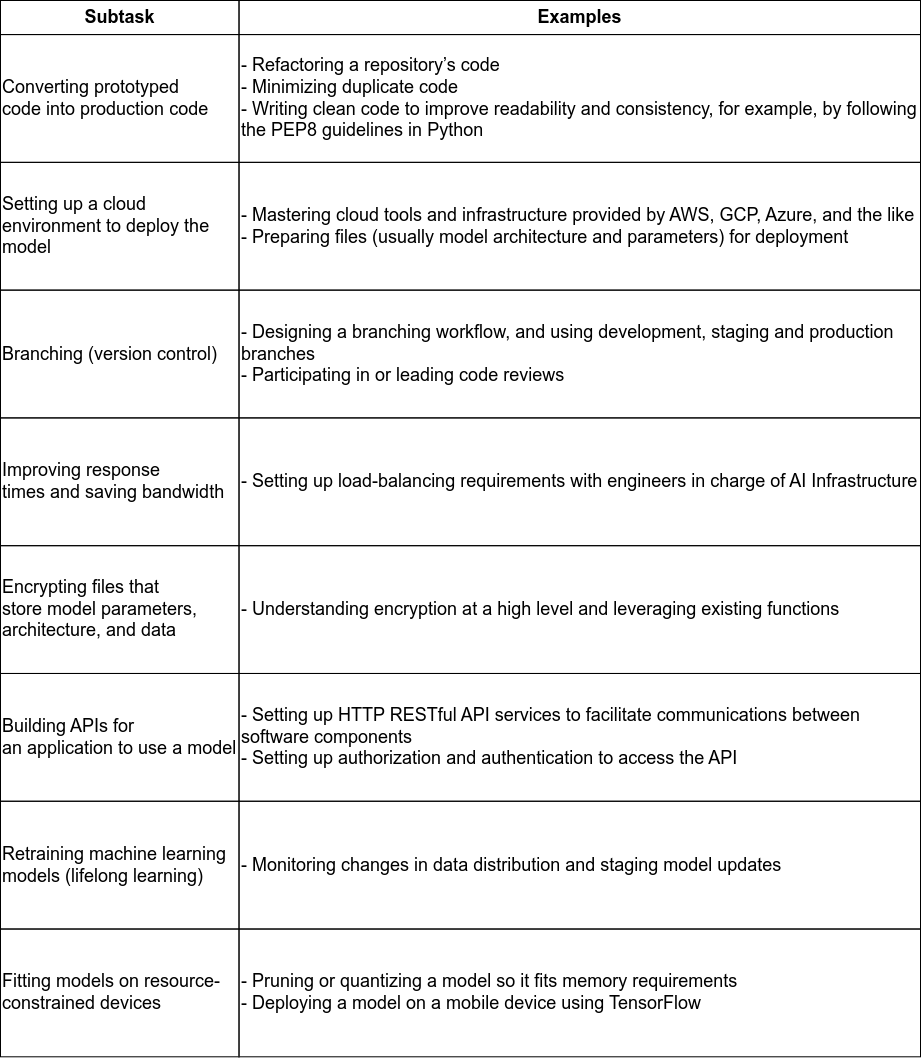
This is diagrams/tasks_deployment.drawio.png from ryndovaira-org/data_science_lectures, a draw.io export, as it was before one commit. Source tidied: cells renumbered, new cells last; positions are measured from the earlier drawing's top-left corner, leaving out a move shared by most shapes.
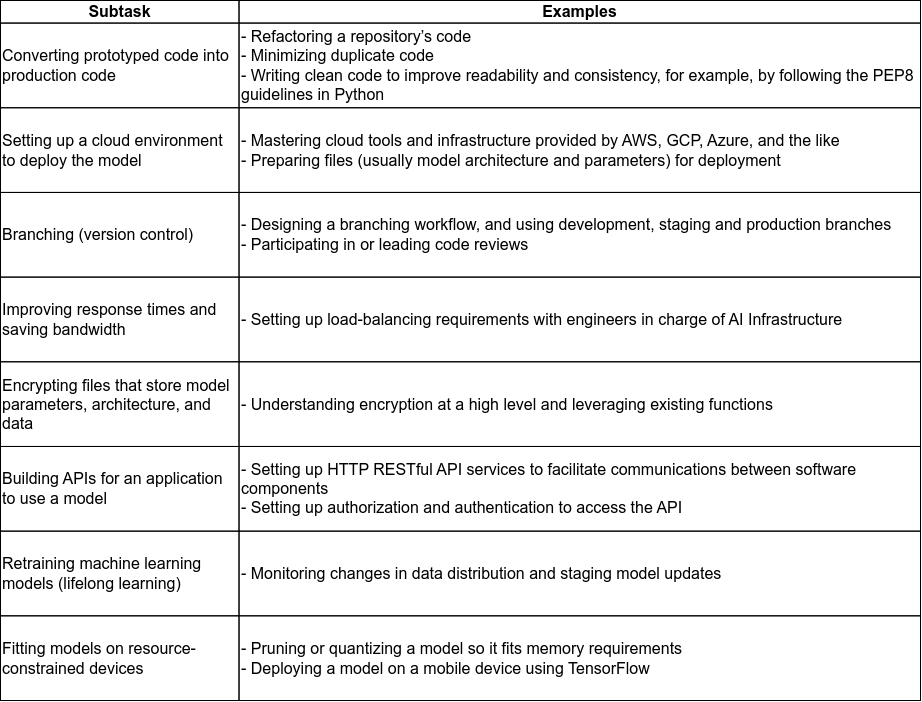
After the change.

Diff of the diagram source:
```diff
@@ -2,62 +2,62 @@
   <root>
     <mxCell id="0" />
     <mxCell id="1" parent="0" />
-    <mxCell id="2" style="group;fontSize=18;" parent="1" vertex="1">
-      <mxGeometry width="920" height="1056.3" as="geometry" />
+    <mxCell id="2" style="group;fontSize=16;" parent="1" vertex="1">
+      <mxGeometry width="920" height="700" as="geometry" />
     </mxCell>
-    <mxCell id="3" value="&lt;font style=&quot;font-size: 18px;&quot;&gt;Subtask&lt;/font&gt;" style="rounded=0;whiteSpace=wrap;html=1;fillColor=none;fontSize=18;fontStyle=1;" parent="2" vertex="1">
-      <mxGeometry width="238.5" height="34.1" as="geometry" />
+    <mxCell id="3" value="&lt;font style=&quot;font-size: 16px;&quot;&gt;Subtask&lt;/font&gt;" style="rounded=0;whiteSpace=wrap;html=1;fillColor=none;fontSize=16;fontStyle=1;" parent="2" vertex="1">
+      <mxGeometry width="238.5" height="22.6" as="geometry" />
     </mxCell>
-    <mxCell id="4" value="&lt;font style=&quot;font-size: 18px;&quot;&gt;Examples&lt;/font&gt;" style="rounded=0;whiteSpace=wrap;html=1;fillColor=none;fontSize=18;fontStyle=1;" parent="2" vertex="1">
-      <mxGeometry x="238.5" width="681.5" height="34.1" as="geometry" />
+    <mxCell id="4" value="&lt;font style=&quot;font-size: 16px;&quot;&gt;Examples&lt;/font&gt;" style="rounded=0;whiteSpace=wrap;html=1;fillColor=none;fontSize=16;fontStyle=1;" parent="2" vertex="1">
+      <mxGeometry x="238.5" width="681.5" height="22.6" as="geometry" />
     </mxCell>
-    <mxCell id="5" value="&lt;div style=&quot;font-size: 18px;&quot;&gt;&lt;div style=&quot;font-size: 18px;&quot;&gt;Converting prototyped code&amp;nbsp;&lt;span style=&quot;background-color: initial; font-size: 18px;&quot;&gt;into production code&lt;/span&gt;&lt;/div&gt;&lt;/div&gt;" style="rounded=0;whiteSpace=wrap;html=1;align=left;fontSize=18;fillColor=none;" parent="2" vertex="1">
-      <mxGeometry y="34.1" width="238.5" height="127.8" as="geometry" />
+    <mxCell id="5" value="&lt;div style=&quot;font-size: 16px;&quot;&gt;&lt;div style=&quot;font-size: 16px;&quot;&gt;Converting prototyped code&amp;nbsp;&lt;span style=&quot;background-color: initial; font-size: 16px;&quot;&gt;into production code&lt;/span&gt;&lt;/div&gt;&lt;/div&gt;" style="rounded=0;whiteSpace=wrap;html=1;align=left;fontSize=16;fillColor=none;" parent="2" vertex="1">
+      <mxGeometry y="22.6" width="238.5" height="84.7" as="geometry" />
     </mxCell>
-    <mxCell id="6" value="- Refactoring a repository’s code&lt;br style=&quot;font-size: 18px;&quot;&gt;- Minimizing duplicate code&lt;br style=&quot;font-size: 18px;&quot;&gt;&lt;div style=&quot;font-size: 18px;&quot;&gt;- Writing clean code to improve readability and consistency, for example,&amp;nbsp;&lt;span style=&quot;background-color: initial; font-size: 18px;&quot;&gt;by following the PEP8 guidelines in Python&lt;/span&gt;&lt;/div&gt;" style="rounded=0;whiteSpace=wrap;html=1;align=left;fontSize=18;fillColor=none;" parent="2" vertex="1">
-      <mxGeometry x="238.5" y="34.1" width="681.5" height="127.8" as="geometry" />
+    <mxCell id="6" value="- Refactoring a repository’s code&lt;br style=&quot;font-size: 16px;&quot;&gt;- Minimizing duplicate code&lt;br style=&quot;font-size: 16px;&quot;&gt;&lt;div style=&quot;font-size: 16px;&quot;&gt;- Writing clean code to improve readability and consistency, for example,&amp;nbsp;&lt;span style=&quot;background-color: initial; font-size: 16px;&quot;&gt;by following the PEP8 guidelines in Python&lt;/span&gt;&lt;/div&gt;" style="rounded=0;whiteSpace=wrap;html=1;align=left;fontSize=16;fillColor=none;" parent="2" vertex="1">
+      <mxGeometry x="238.5" y="22.6" width="681.5" height="84.7" as="geometry" />
     </mxCell>
-    <mxCell id="7" value="&lt;div style=&quot;font-size: 18px;&quot;&gt;&lt;div style=&quot;font-size: 18px;&quot;&gt;Setting up a cloud environ&lt;span style=&quot;background-color: initial; font-size: 18px;&quot;&gt;ment to deploy the model&lt;/span&gt;&lt;/div&gt;&lt;/div&gt;" style="rounded=0;html=1;fontSize=18;align=left;labelBackgroundColor=none;fillColor=none;whiteSpace=wrap;" parent="2" vertex="1">
-      <mxGeometry y="161.9" width="238.5" height="127.8" as="geometry" />
+    <mxCell id="7" value="&lt;div style=&quot;font-size: 16px;&quot;&gt;&lt;div style=&quot;font-size: 16px;&quot;&gt;Setting up a cloud environ&lt;span style=&quot;background-color: initial; font-size: 16px;&quot;&gt;ment to deploy the model&lt;/span&gt;&lt;/div&gt;&lt;/div&gt;" style="rounded=0;html=1;fontSize=16;align=left;labelBackgroundColor=none;fillColor=none;whiteSpace=wrap;" parent="2" vertex="1">
+      <mxGeometry y="107.3" width="238.5" height="84.7" as="geometry" />
     </mxCell>
-    <mxCell id="8" value="&lt;div style=&quot;font-size: 18px;&quot;&gt;- Mastering cloud tools and infrastructure provided by AWS, GCP, Azure,&amp;nbsp;&lt;span style=&quot;background-color: initial; font-size: 18px;&quot;&gt;and the like&lt;/span&gt;&lt;/div&gt;&lt;div style=&quot;font-size: 18px;&quot;&gt;- Preparing files (usually model architecture and parameters) for deployment&lt;/div&gt;" style="rounded=0;html=1;fontSize=18;align=left;labelBackgroundColor=none;fillColor=none;whiteSpace=wrap;" parent="2" vertex="1">
-      <mxGeometry x="238.5" y="161.9" width="681.5" height="127.8" as="geometry" />
+    <mxCell id="8" value="&lt;div style=&quot;font-size: 16px;&quot;&gt;- Mastering cloud tools and infrastructure provided by AWS, GCP, Azure,&amp;nbsp;&lt;span style=&quot;background-color: initial; font-size: 16px;&quot;&gt;and the like&lt;/span&gt;&lt;/div&gt;&lt;div style=&quot;font-size: 16px;&quot;&gt;- Preparing files (usually model architecture and parameters) for deployment&lt;/div&gt;" style="rounded=0;html=1;fontSize=16;align=left;labelBackgroundColor=none;fillColor=none;whiteSpace=wrap;" parent="2" vertex="1">
+      <mxGeometry x="238.5" y="107.3" width="681.5" height="84.7" as="geometry" />
     </mxCell>
-    <mxCell id="9" value="Branching (version control)" style="rounded=0;html=1;fontSize=18;align=left;labelBackgroundColor=none;fillColor=none;whiteSpace=wrap;" parent="2" vertex="1">
-      <mxGeometry y="289.6" width="238.5" height="127.8" as="geometry" />
+    <mxCell id="9" value="Branching (version control)" style="rounded=0;html=1;fontSize=16;align=left;labelBackgroundColor=none;fillColor=none;whiteSpace=wrap;" parent="2" vertex="1">
+      <mxGeometry y="191.9" width="238.5" height="84.7" as="geometry" />
     </mxCell>
-    <mxCell id="10" value="&lt;div style=&quot;font-size: 18px;&quot;&gt;- Designing a branching workflow, and using development, staging and&amp;nbsp;&lt;span style=&quot;background-color: initial; font-size: 18px;&quot;&gt;production branches&lt;/span&gt;&lt;/div&gt;&lt;div style=&quot;font-size: 18px;&quot;&gt;- Participating in or leading code reviews&lt;/div&gt;" style="rounded=0;html=1;fontSize=18;align=left;labelBackgroundColor=none;fillColor=none;whiteSpace=wrap;" parent="2" vertex="1">
-      <mxGeometry x="238.5" y="289.6" width="681.5" height="127.8" as="geometry" />
+    <mxCell id="10" value="&lt;div style=&quot;font-size: 16px;&quot;&gt;- Designing a branching workflow, and using development, staging and&amp;nbsp;&lt;span style=&quot;background-color: initial; font-size: 16px;&quot;&gt;production branches&lt;/span&gt;&lt;/div&gt;&lt;div style=&quot;font-size: 16px;&quot;&gt;- Participating in or leading code reviews&lt;/div&gt;" style="rounded=0;html=1;fontSize=16;align=left;labelBackgroundColor=none;fillColor=none;whiteSpace=wrap;" parent="2" vertex="1">
+      <mxGeometry x="238.5" y="191.9" width="681.5" height="84.7" as="geometry" />
     </mxCell>
-    <mxCell id="11" value="&lt;div style=&quot;font-size: 18px;&quot;&gt;Improving response times&amp;nbsp;&lt;span style=&quot;background-color: initial; font-size: 18px;&quot;&gt;and saving bandwidth&lt;/span&gt;&lt;/div&gt;" style="rounded=0;html=1;fontSize=18;align=left;labelBackgroundColor=none;fillColor=none;whiteSpace=wrap;" parent="2" vertex="1">
-      <mxGeometry y="417.4" width="238.5" height="127.8" as="geometry" />
+    <mxCell id="11" value="&lt;div style=&quot;font-size: 16px;&quot;&gt;Improving response times&amp;nbsp;&lt;span style=&quot;background-color: initial; font-size: 16px;&quot;&gt;and saving bandwidth&lt;/span&gt;&lt;/div&gt;" style="rounded=0;html=1;fontSize=16;align=left;labelBackgroundColor=none;fillColor=none;whiteSpace=wrap;" parent="2" vertex="1">
+      <mxGeometry y="276.6" width="238.5" height="84.7" as="geometry" />
     </mxCell>
-    <mxCell id="12" value="&lt;div style=&quot;font-size: 18px;&quot;&gt;- Setting up load-balancing requirements with engineers in charge of AI&amp;nbsp;&lt;span style=&quot;background-color: initial; font-size: 18px;&quot;&gt;Infrastructure&lt;/span&gt;&lt;/div&gt;" style="rounded=0;html=1;fontSize=18;align=left;labelBackgroundColor=none;fillColor=none;whiteSpace=wrap;" parent="2" vertex="1">
-      <mxGeometry x="238.5" y="417.4" width="681.5" height="127.8" as="geometry" />
+    <mxCell id="12" value="&lt;div style=&quot;font-size: 16px;&quot;&gt;- Setting up load-balancing requirements with engineers in charge of AI&amp;nbsp;&lt;span style=&quot;background-color: initial; font-size: 16px;&quot;&gt;Infrastructure&lt;/span&gt;&lt;/div&gt;" style="rounded=0;html=1;fontSize=16;align=left;labelBackgroundColor=none;fillColor=none;whiteSpace=wrap;" parent="2" vertex="1">
+      <mxGeometry x="238.5" y="276.6" width="681.5" height="84.7" as="geometry" />
     </mxCell>
-    <mxCell id="13" value="&lt;div style=&quot;font-size: 18px;&quot;&gt;Encrypting files that store&amp;nbsp;&lt;span style=&quot;background-color: initial; font-size: 18px;&quot;&gt;model parameters, architec&lt;/span&gt;&lt;span style=&quot;background-color: initial; font-size: 18px;&quot;&gt;ture, and data&lt;/span&gt;&lt;/div&gt;" style="rounded=0;html=1;fontSize=18;align=left;labelBackgroundColor=none;fillColor=none;whiteSpace=wrap;" parent="2" vertex="1">
-      <mxGeometry y="545.2" width="238.5" height="127.8" as="geometry" />
+    <mxCell id="13" value="&lt;div style=&quot;font-size: 16px;&quot;&gt;Encrypting files that store&amp;nbsp;&lt;span style=&quot;background-color: initial; font-size: 16px;&quot;&gt;model parameters, architec&lt;/span&gt;&lt;span style=&quot;background-color: initial; font-size: 16px;&quot;&gt;ture, and data&lt;/span&gt;&lt;/div&gt;" style="rounded=0;html=1;fontSize=16;align=left;labelBackgroundColor=none;fillColor=none;whiteSpace=wrap;" parent="2" vertex="1">
+      <mxGeometry y="361.3" width="238.5" height="84.7" as="geometry" />
     </mxCell>
-    <mxCell id="14" value="- Understanding encryption at a high level and leveraging existing functions" style="rounded=0;html=1;fontSize=18;align=left;labelBackgroundColor=none;fillColor=none;whiteSpace=wrap;" parent="2" vertex="1">
-      <mxGeometry x="238.5" y="545.2" width="681.5" height="127.8" as="geometry" />
+    <mxCell id="14" value="- Understanding encryption at a high level and leveraging existing functions" style="rounded=0;html=1;fontSize=16;align=left;labelBackgroundColor=none;fillColor=none;whiteSpace=wrap;" parent="2" vertex="1">
+      <mxGeometry x="238.5" y="361.3" width="681.5" height="84.7" as="geometry" />
     </mxCell>
-    <mxCell id="15" value="&lt;div style=&quot;font-size: 18px;&quot;&gt;Building APIs for an&amp;nbsp;&lt;span style=&quot;background-color: initial; font-size: 18px;&quot;&gt;application to use a model&lt;/span&gt;&lt;/div&gt;" style="rounded=0;html=1;fontSize=18;align=left;labelBackgroundColor=none;fillColor=none;whiteSpace=wrap;" parent="2" vertex="1">
-      <mxGeometry y="673" width="238.5" height="127.8" as="geometry" />
+    <mxCell id="15" value="&lt;div style=&quot;font-size: 16px;&quot;&gt;Building APIs for an&amp;nbsp;&lt;span style=&quot;background-color: initial; font-size: 16px;&quot;&gt;application to use a model&lt;/span&gt;&lt;/div&gt;" style="rounded=0;html=1;fontSize=16;align=left;labelBackgroundColor=none;fillColor=none;whiteSpace=wrap;" parent="2" vertex="1">
+      <mxGeometry y="446" width="238.5" height="84.7" as="geometry" />
     </mxCell>
-    <mxCell id="16" value="&lt;div style=&quot;font-size: 18px;&quot;&gt;- Setting up HTTP RESTful API services to facilitate communications&amp;nbsp;&lt;span style=&quot;background-color: initial; font-size: 18px;&quot;&gt;between software components&lt;/span&gt;&lt;/div&gt;&lt;div style=&quot;font-size: 18px;&quot;&gt;- Setting up authorization and authentication to access the API&lt;/div&gt;" style="rounded=0;html=1;fontSize=18;align=left;labelBackgroundColor=none;fillColor=none;whiteSpace=wrap;" parent="2" vertex="1">
-      <mxGeometry x="238.5" y="673" width="681.5" height="127.8" as="geometry" />
+    <mxCell id="16" value="&lt;div style=&quot;font-size: 16px;&quot;&gt;- Setting up HTTP RESTful API services to facilitate communications&amp;nbsp;&lt;span style=&quot;background-color: initial; font-size: 16px;&quot;&gt;between software components&lt;/span&gt;&lt;/div&gt;&lt;div style=&quot;font-size: 16px;&quot;&gt;- Setting up authorization and authentication to access the API&lt;/div&gt;" style="rounded=0;html=1;fontSize=16;align=left;labelBackgroundColor=none;fillColor=none;whiteSpace=wrap;" parent="2" vertex="1">
+      <mxGeometry x="238.5" y="446" width="681.5" height="84.7" as="geometry" />
     </mxCell>
-    <mxCell id="17" value="&lt;div style=&quot;font-size: 18px;&quot;&gt;Retraining&amp;nbsp;&lt;span style=&quot;background-color: initial; font-size: 18px;&quot;&gt;machine learning models&amp;nbsp;&lt;/span&gt;&lt;span style=&quot;background-color: initial; font-size: 18px;&quot;&gt;(lifelong learning)&lt;/span&gt;&lt;/div&gt;" style="rounded=0;html=1;fontSize=18;align=left;labelBackgroundColor=none;fillColor=none;whiteSpace=wrap;" parent="2" vertex="1">
-      <mxGeometry y="800.7" width="238.5" height="127.8" as="geometry" />
+    <mxCell id="17" value="&lt;div style=&quot;font-size: 16px;&quot;&gt;Retraining&amp;nbsp;&lt;span style=&quot;background-color: initial; font-size: 16px;&quot;&gt;machine learning models&amp;nbsp;&lt;/span&gt;&lt;span style=&quot;background-color: initial; font-size: 16px;&quot;&gt;(lifelong learning)&lt;/span&gt;&lt;/div&gt;" style="rounded=0;html=1;fontSize=16;align=left;labelBackgroundColor=none;fillColor=none;whiteSpace=wrap;" parent="2" vertex="1">
+      <mxGeometry y="530.6" width="238.5" height="84.7" as="geometry" />
     </mxCell>
-    <mxCell id="18" value="- Monitoring changes in data distribution and staging model updates" style="rounded=0;html=1;fontSize=18;align=left;labelBackgroundColor=none;fillColor=none;whiteSpace=wrap;" parent="2" vertex="1">
-      <mxGeometry x="238.5" y="800.7" width="681.5" height="127.8" as="geometry" />
+    <mxCell id="18" value="- Monitoring changes in data distribution and staging model updates" style="rounded=0;html=1;fontSize=16;align=left;labelBackgroundColor=none;fillColor=none;whiteSpace=wrap;" parent="2" vertex="1">
+      <mxGeometry x="238.5" y="530.6" width="681.5" height="84.7" as="geometry" />
     </mxCell>
-    <mxCell id="19" value="&lt;div style=&quot;font-size: 18px;&quot;&gt;Fitting models&amp;nbsp;&lt;span style=&quot;background-color: initial; font-size: 18px;&quot;&gt;on resource-&lt;/span&gt;&lt;span style=&quot;background-color: initial; font-size: 18px;&quot;&gt;constrained devices&lt;/span&gt;&lt;/div&gt;" style="rounded=0;html=1;fontSize=18;align=left;labelBackgroundColor=none;fillColor=none;whiteSpace=wrap;" parent="2" vertex="1">
-      <mxGeometry y="928.5" width="238.5" height="127.8" as="geometry" />
+    <mxCell id="19" value="&lt;div style=&quot;font-size: 16px;&quot;&gt;Fitting models&amp;nbsp;&lt;span style=&quot;background-color: initial; font-size: 16px;&quot;&gt;on resource-&lt;/span&gt;&lt;span style=&quot;background-color: initial; font-size: 16px;&quot;&gt;constrained devices&lt;/span&gt;&lt;/div&gt;" style="rounded=0;html=1;fontSize=16;align=left;labelBackgroundColor=none;fillColor=none;whiteSpace=wrap;" parent="2" vertex="1">
+      <mxGeometry y="615.3" width="238.5" height="84.7" as="geometry" />
     </mxCell>
-    <mxCell id="20" value="&lt;div style=&quot;font-size: 18px;&quot;&gt;- Pruning or quantizing a model so it fits memory requirements&lt;/div&gt;&lt;div style=&quot;font-size: 18px;&quot;&gt;- Deploying a model on a mobile device using TensorFlow&lt;/div&gt;" style="rounded=0;html=1;fontSize=18;align=left;labelBackgroundColor=none;fillColor=none;whiteSpace=wrap;" parent="2" vertex="1">
-      <mxGeometry x="238.5" y="928.5" width="681.5" height="127.8" as="geometry" />
+    <mxCell id="20" value="&lt;div style=&quot;font-size: 16px;&quot;&gt;- Pruning or quantizing a model so it fits memory requirements&lt;/div&gt;&lt;div style=&quot;font-size: 16px;&quot;&gt;- Deploying a model on a mobile device using TensorFlow&lt;/div&gt;" style="rounded=0;html=1;fontSize=16;align=left;labelBackgroundColor=none;fillColor=none;whiteSpace=wrap;" parent="2" vertex="1">
+      <mxGeometry x="238.5" y="615.3" width="681.5" height="84.7" as="geometry" />
     </mxCell>
   </root>
 </mxGraphModel>
```
